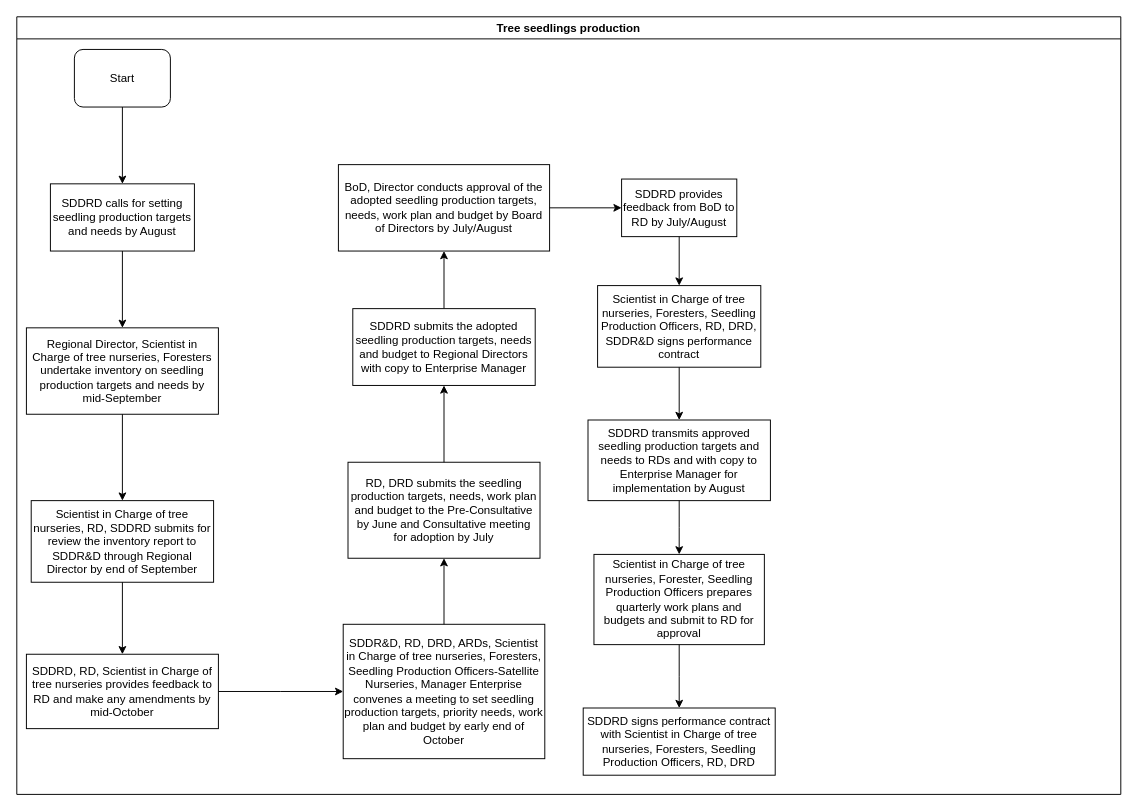
kmagua/flowcharts keeps this draw.io diagram as KEFRI-R&D-Tree seedlings production.drawio. Above is the earlier version. Source tidied: cells renumbered, new cells numbered last; positions are measured from the earlier drawing's top-left corner, leaving out a move shared by most shapes. Both pictures are drawn from the tidied source at 96%, with x=0, y=0 at pixel (16, 16).
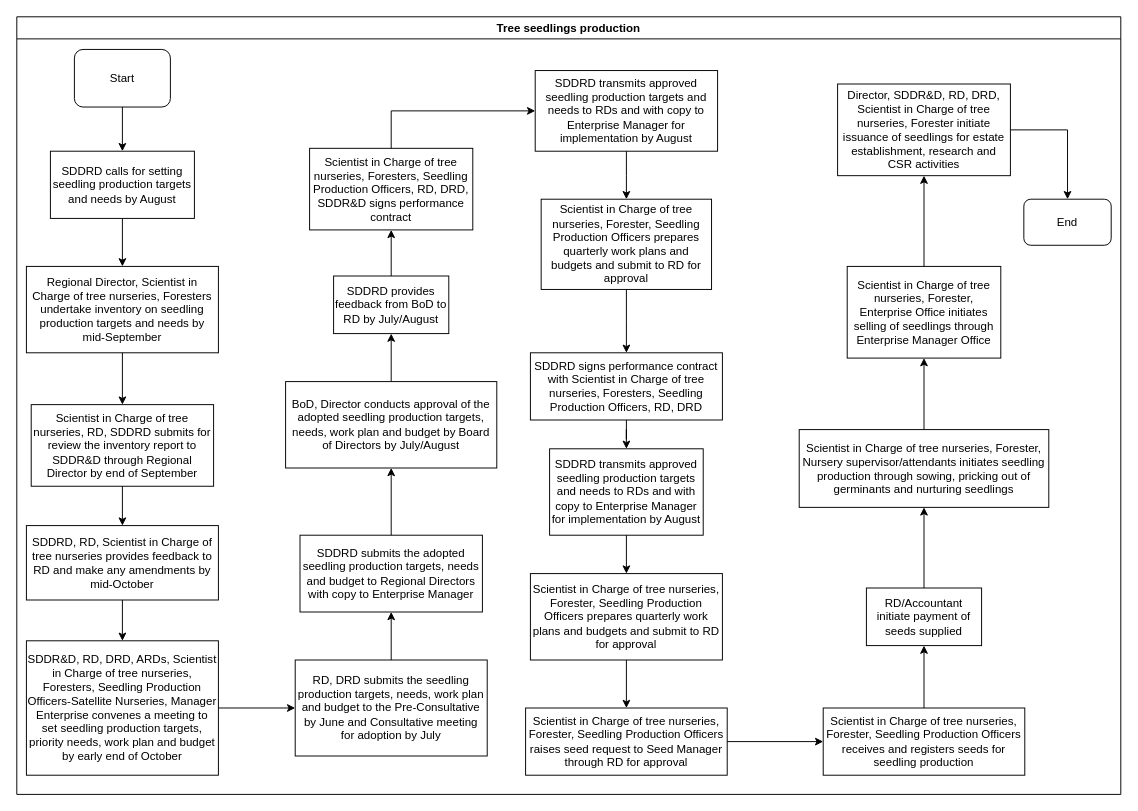
After the change.

Unchanged cells that the change refers to:
```xml
<mxCell id="2" value="Tree seedlings production" style="swimlane;" parent="1" vertex="1">
  <mxGeometry width="1150" height="810" as="geometry" />
</mxCell>
```

What changed in the source:
```diff
@@
     <mxCell id="4" value="SDDRD calls for setting seedling production targets and needs by August" style="rounded=0;whiteSpace=wrap;html=1;" parent="2" vertex="1">
-      <mxGeometry x="35" y="174" width="150" height="70" as="geometry" />
+      <mxGeometry x="35" y="140" width="150" height="70" as="geometry" />
     </mxCell>
@@
     <mxCell id="6" value="Scientist in Charge of tree nurseries, RD, SDDRD submits for review the inventory report to SDDR&amp;amp;D through Regional Director by end of September" style="whiteSpace=wrap;html=1;rounded=0;" parent="2" vertex="1">
-      <mxGeometry x="15" y="504" width="190" height="85" as="geometry" />
+      <mxGeometry x="15" y="404" width="190" height="85" as="geometry" />
     </mxCell>
     <mxCell id="7" value="SDDR&amp;amp;D, RD, DRD, ARDs, Scientist in Charge of tree nurseries, Foresters, Seedling Production Officers-Satellite Nurseries, Manager Enterprise convenes a meeting to set seedling production targets, priority needs, work plan and budget by early end of October" style="whiteSpace=wrap;html=1;rounded=0;" parent="2" vertex="1">
-      <mxGeometry x="340" y="632.8" width="210" height="140" as="geometry" />
+      <mxGeometry x="10" y="650" width="200" height="140" as="geometry" />
     </mxCell>
     <mxCell id="8" value="RD, DRD submits the seedling production targets, needs, work plan and budget to the Pre-Consultative by June and Consultative meeting for adoption by July" style="whiteSpace=wrap;html=1;rounded=0;" parent="2" vertex="1">
-      <mxGeometry x="345" y="464" width="200" height="100" as="geometry" />
+      <mxGeometry x="290" y="670" width="200" height="100" as="geometry" />
     </mxCell>
@@
     <mxCell id="10" value="BoD, Director conducts approval of the adopted seedling production targets, needs, work plan and budget by Board of Directors by July/August" style="whiteSpace=wrap;html=1;rounded=0;" parent="2" vertex="1">
-      <mxGeometry x="335" y="154" width="220" height="90" as="geometry" />
+      <mxGeometry x="280" y="380" width="220" height="90" as="geometry" />
     </mxCell>
     <mxCell id="11" value="Regional Director, Scientist in Charge of tree nurseries, Foresters undertake inventory on seedling production targets and needs by mid-September" style="rounded=0;whiteSpace=wrap;html=1;" parent="2" vertex="1">
-      <mxGeometry x="10" y="324" width="200" height="90" as="geometry" />
+      <mxGeometry x="10" y="260" width="200" height="90" as="geometry" />
     </mxCell>
@@
     <mxCell id="14" value="Scientist in Charge of tree nurseries, Foresters, Seedling Production Officers, RD, DRD, SDDR&amp;amp;D signs performance contract" style="whiteSpace=wrap;html=1;rounded=0;" parent="2" vertex="1">
-      <mxGeometry x="605" y="280" width="170" height="85" as="geometry" />
+      <mxGeometry x="305" y="137" width="170" height="85" as="geometry" />
     </mxCell>
     <mxCell id="15" value="SDDRD transmits approved seedling production targets and needs to RDs and with copy to Enterprise Manager for implementation by August" style="whiteSpace=wrap;html=1;rounded=0;" parent="2" vertex="1">
-      <mxGeometry x="595" y="420" width="190" height="84" as="geometry" />
+      <mxGeometry x="540" y="56" width="190" height="84" as="geometry" />
     </mxCell>
     <mxCell id="16" style="edgeStyle=orthogonalEdgeStyle;rounded=0;jettySize=auto;html=1;" parent="2" edge="1" source="14" target="15">
-      <mxGeometry relative="1" as="geometry" />
+      <mxGeometry relative="1" as="geometry">
+        <Array as="points">
+          <mxPoint x="390" y="98" />
+        </Array>
+      </mxGeometry>
     </mxCell>
     <mxCell id="17" value="Scientist in Charge of tree nurseries, Forester, Seedling Production Officers prepares quarterly work plans and budgets and submit to RD for approval " style="whiteSpace=wrap;html=1;rounded=0;" parent="2" vertex="1">
-      <mxGeometry x="601.2" y="560" width="177.5" height="94" as="geometry" />
+      <mxGeometry x="546.2" y="190" width="177.5" height="94" as="geometry" />
     </mxCell>
@@
     <mxCell id="19" value="SDDRD provides feedback from BoD to RD by July/August" style="whiteSpace=wrap;html=1;rounded=0;" parent="2" vertex="1">
-      <mxGeometry x="630" y="169" width="120" height="60" as="geometry" />
+      <mxGeometry x="330" y="270" width="120" height="60" as="geometry" />
     </mxCell>
@@
-    <mxCell id="21" style="edgeStyle=orthogonalEdgeStyle;rounded=0;jettySize=auto;html=1;entryX=0.5;entryY=0;entryDx=0;entryDy=0;" parent="2" edge="1" source="19" target="14">
+    <mxCell id="21" style="edgeStyle=orthogonalEdgeStyle;rounded=0;jettySize=auto;html=1;entryX=0.5;entryY=1;entryDx=0;entryDy=0;" parent="2" edge="1" source="19" target="14">
       <mxGeometry relative="1" as="geometry" />
     </mxCell>
     <mxCell id="22" value="SDDRD signs performance contract with Scientist in Charge of tree nurseries, Foresters, Seedling Production Officers, RD, DRD" style="whiteSpace=wrap;html=1;rounded=0;" parent="2" vertex="1">
-      <mxGeometry x="590" y="720" width="200" height="70" as="geometry" />
+      <mxGeometry x="535" y="350" width="200" height="70" as="geometry" />
     </mxCell>
@@
-    <mxCell id="24" style="edgeStyle=orthogonalEdgeStyle;rounded=0;jettySize=auto;html=1;" parent="1" edge="1" source="25" target="7">
-      <mxGeometry relative="1" as="geometry" />
-    </mxCell>
+    <mxCell id="30" value="Scientist in Charge of tree nurseries, Forester, Seedling Production Officers prepares quarterly work plans and budgets and submit to RD for approval" style="whiteSpace=wrap;html=1;rounded=0;" parent="2" vertex="1">
+      <mxGeometry x="535" y="580" width="200" height="90" as="geometry" />
+    </mxCell>
+    <mxCell id="31" value="Scientist in Charge of tree nurseries, Forester, Seedling Production Officers raises seed request to Seed Manager through RD for approval" style="whiteSpace=wrap;html=1;rounded=0;" parent="2" vertex="1">
+      <mxGeometry x="530" y="720" width="210" height="70" as="geometry" />
+    </mxCell>
+    <mxCell id="32" style="edgeStyle=orthogonalEdgeStyle;rounded=0;jettySize=auto;html=1;" parent="2" edge="1" source="30" target="31">
+      <mxGeometry relative="1" as="geometry" />
+    </mxCell>
+    <mxCell id="33" value="Scientist in Charge of tree nurseries, Forester, Seedling Production Officers receives and registers seeds for seedling production" style="whiteSpace=wrap;html=1;rounded=0;" parent="2" vertex="1">
+      <mxGeometry x="840" y="720" width="210" height="70" as="geometry" />
+    </mxCell>
+    <mxCell id="34" style="edgeStyle=orthogonalEdgeStyle;rounded=0;jettySize=auto;html=1;" parent="2" edge="1" source="31" target="33">
+      <mxGeometry relative="1" as="geometry" />
+    </mxCell>
+    <mxCell id="35" value="RD/Accountant initiate payment of seeds supplied" style="whiteSpace=wrap;html=1;rounded=0;" parent="2" vertex="1">
+      <mxGeometry x="885" y="595" width="120" height="60" as="geometry" />
+    </mxCell>
+    <mxCell id="36" style="edgeStyle=orthogonalEdgeStyle;rounded=0;jettySize=auto;html=1;" parent="2" edge="1" source="33" target="35">
+      <mxGeometry relative="1" as="geometry" />
+    </mxCell>
-    <mxCell id="25" value="SDDRD, RD, Scientist in Charge of tree nurseries provides feedback to RD and make any amendments by mid-October" style="whiteSpace=wrap;html=1;rounded=0;" parent="1" vertex="1">
-      <mxGeometry x="10" y="664" width="200" height="77.5" as="geometry" />
+    <mxCell id="25" value="SDDRD, RD, Scientist in Charge of tree nurseries provides feedback to RD and make any amendments by mid-October" style="whiteSpace=wrap;html=1;rounded=0;" parent="2" vertex="1">
+      <mxGeometry x="10" y="530" width="200" height="77.5" as="geometry" />
     </mxCell>
-    <mxCell id="26" style="edgeStyle=orthogonalEdgeStyle;rounded=0;jettySize=auto;html=1;" parent="1" edge="1" source="6" target="25">
+    <mxCell id="26" style="edgeStyle=orthogonalEdgeStyle;rounded=0;jettySize=auto;html=1;" parent="2" edge="1" source="6" target="25">
       <mxGeometry relative="1" as="geometry" />
     </mxCell>
-    <mxCell id="27" style="edgeStyle=orthogonalEdgeStyle;rounded=0;jettySize=auto;html=1;" parent="1" edge="1" source="28" target="10">
-      <mxGeometry relative="1" as="geometry" />
-    </mxCell>
+    <mxCell id="24" style="edgeStyle=orthogonalEdgeStyle;rounded=0;jettySize=auto;html=1;" parent="2" edge="1" source="25" target="7">
+      <mxGeometry relative="1" as="geometry" />
+    </mxCell>
-    <mxCell id="28" value="SDDRD submits the adopted seedling production targets, needs and budget to Regional Directors with copy to Enterprise Manager" style="whiteSpace=wrap;html=1;rounded=0;" parent="1" vertex="1">
-      <mxGeometry x="350" y="304" width="190" height="80" as="geometry" />
+    <mxCell id="28" value="SDDRD submits the adopted seedling production targets, needs and budget to Regional Directors with copy to Enterprise Manager" style="whiteSpace=wrap;html=1;rounded=0;" parent="2" vertex="1">
+      <mxGeometry x="295" y="540" width="190" height="80" as="geometry" />
     </mxCell>
-    <mxCell id="29" style="edgeStyle=orthogonalEdgeStyle;rounded=0;jettySize=auto;html=1;" parent="1" edge="1" source="8" target="28">
+    <mxCell id="29" style="edgeStyle=orthogonalEdgeStyle;rounded=0;jettySize=auto;html=1;" parent="2" edge="1" source="8" target="28">
       <mxGeometry relative="1" as="geometry" />
     </mxCell>
+    <mxCell id="27" style="edgeStyle=orthogonalEdgeStyle;rounded=0;jettySize=auto;html=1;" parent="2" edge="1" source="28" target="10">
+      <mxGeometry relative="1" as="geometry" />
+    </mxCell>
+    <mxCell id="37" value="SDDRD transmits approved seedling production targets and needs to RDs and with copy to Enterprise Manager for implementation by August" style="whiteSpace=wrap;html=1;rounded=0;" parent="2" vertex="1">
+      <mxGeometry x="555" y="450" width="160" height="90" as="geometry" />
+    </mxCell>
+    <mxCell id="38" style="edgeStyle=orthogonalEdgeStyle;rounded=0;jettySize=auto;html=1;" parent="2" edge="1" source="22" target="37">
+      <mxGeometry relative="1" as="geometry" />
+    </mxCell>
+    <mxCell id="39" style="edgeStyle=orthogonalEdgeStyle;rounded=0;jettySize=auto;html=1;" parent="2" edge="1" source="37" target="30">
+      <mxGeometry relative="1" as="geometry" />
+    </mxCell>
+    <mxCell id="40" value="Scientist in Charge of tree nurseries, Forester, Nursery supervisor/attendants initiates seedling production through sowing, pricking out of germinants and nurturing seedlings" style="whiteSpace=wrap;html=1;rounded=0;" parent="2" vertex="1">
+      <mxGeometry x="815" y="430" width="260" height="81" as="geometry" />
+    </mxCell>
+    <mxCell id="41" style="edgeStyle=orthogonalEdgeStyle;rounded=0;jettySize=auto;html=1;" parent="2" edge="1" source="35" target="40">
+      <mxGeometry relative="1" as="geometry" />
+    </mxCell>
+    <mxCell id="42" value="Scientist in Charge of tree nurseries, Forester, Enterprise Office initiates selling of seedlings through Enterprise Manager Office" style="whiteSpace=wrap;html=1;rounded=0;" parent="2" vertex="1">
+      <mxGeometry x="865" y="260" width="160" height="95.5" as="geometry" />
+    </mxCell>
+    <mxCell id="43" style="edgeStyle=orthogonalEdgeStyle;rounded=0;jettySize=auto;html=1;" parent="2" edge="1" source="40" target="42">
+      <mxGeometry relative="1" as="geometry" />
+    </mxCell>
+    <mxCell id="44" value="Director, SDDR&amp;amp;D, RD, DRD, Scientist in Charge of tree nurseries, Forester initiate issuance of seedlings for estate establishment, research and CSR activities" style="whiteSpace=wrap;html=1;rounded=0;" parent="2" vertex="1">
+      <mxGeometry x="855" y="70" width="180" height="95.5" as="geometry" />
+    </mxCell>
+    <mxCell id="45" style="edgeStyle=orthogonalEdgeStyle;rounded=0;jettySize=auto;html=1;" parent="2" edge="1" source="42" target="44">
+      <mxGeometry relative="1" as="geometry" />
+    </mxCell>
+    <mxCell id="46" value="End" style="rounded=1;whiteSpace=wrap;html=1;" parent="2" vertex="1">
+      <mxGeometry x="1049" y="190" width="91" height="48" as="geometry" />
+    </mxCell>
+    <mxCell id="47" style="edgeStyle=orthogonalEdgeStyle;rounded=0;jettySize=auto;html=1;entryX=0.5;entryY=0;entryDx=0;entryDy=0;" parent="2" edge="1" source="44" target="46">
+      <mxGeometry relative="1" as="geometry" />
+    </mxCell>
```
